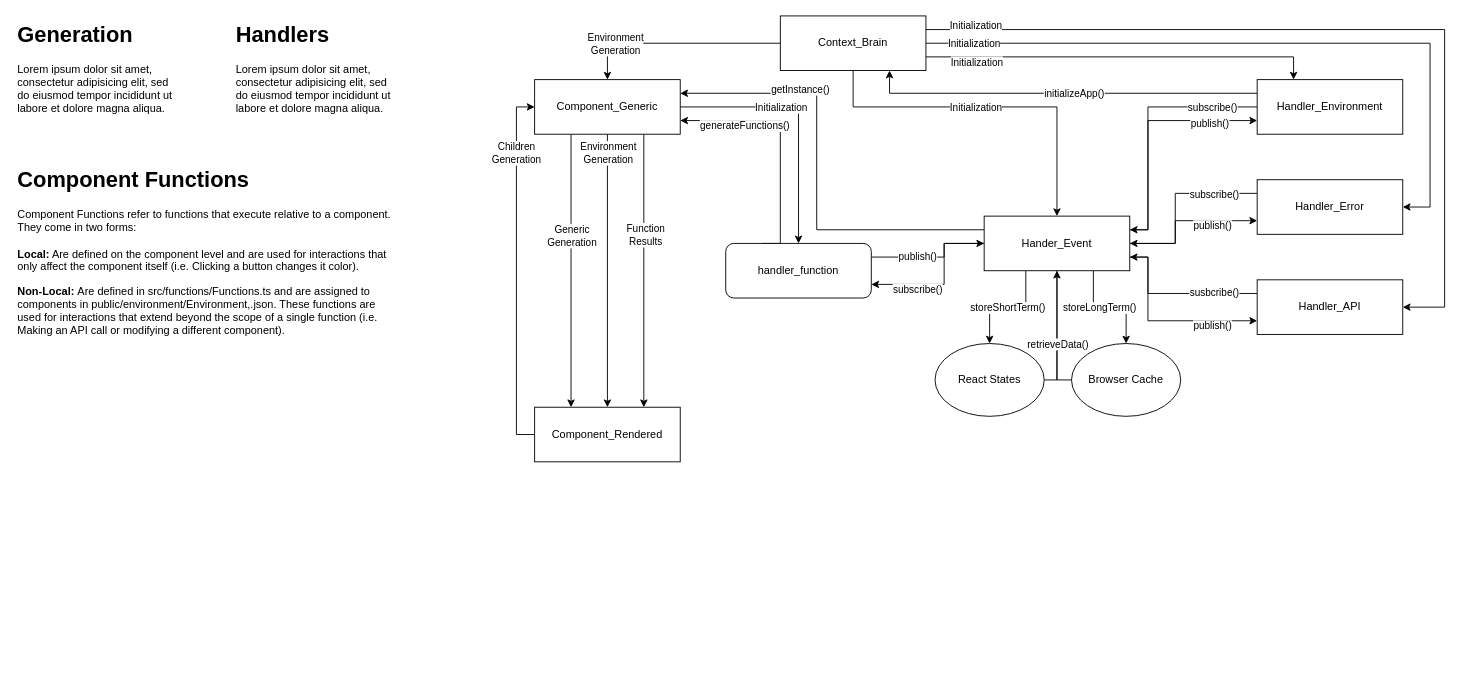
Before: public/documentation/site_engine.drawio in pbuieifu/License-Server-UI, a draw.io diagram. Source tidied: cells renumbered, new cells numbered last; positions are measured from the earlier drawing's top-left corner, leaving out a move shared by most shapes. Both pictures are drawn from the tidied source at 91%, with x=0, y=0 at pixel (15, 15).
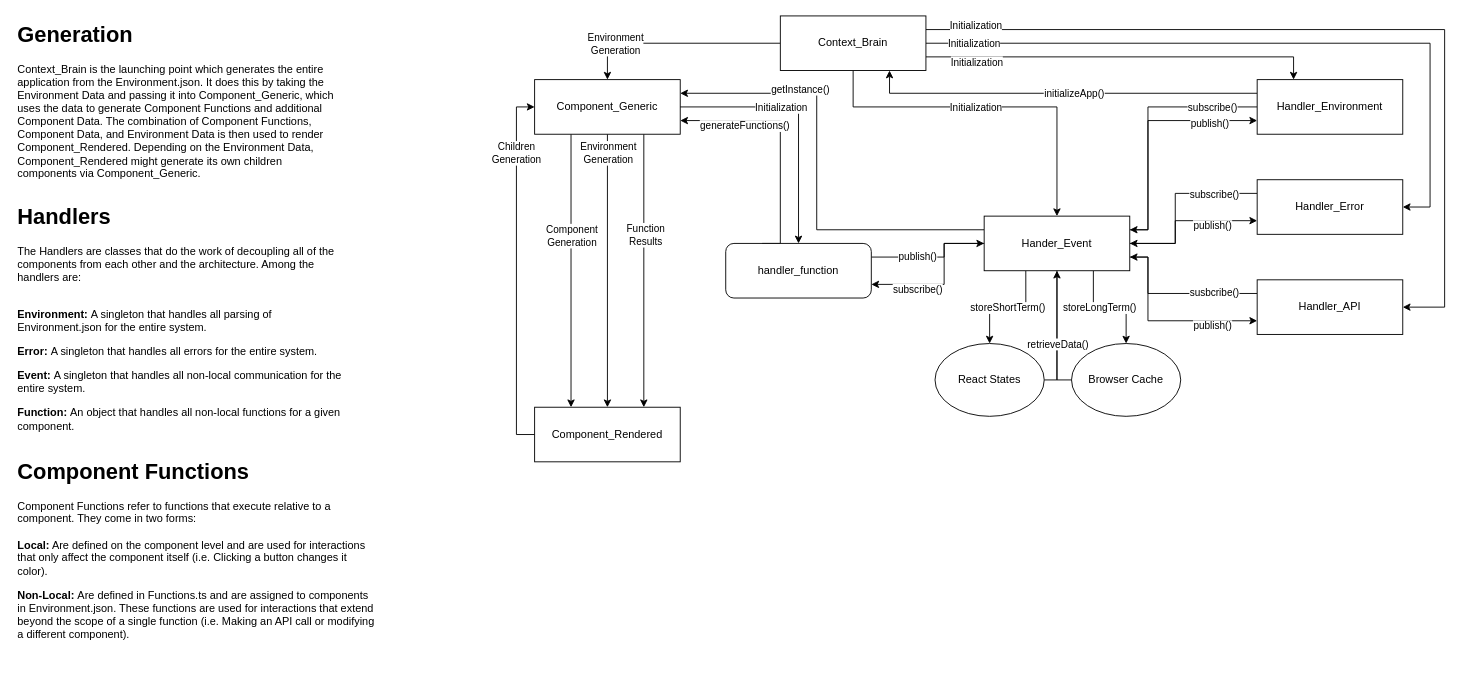
After the change.

The change refers to these unchanged cells:
```xml
<mxCell id="22" style="edgeStyle=orthogonalEdgeStyle;rounded=0;jettySize=auto;html=1;exitX=0.25;exitY=1;exitDx=0;exitDy=0;entryX=0.25;entryY=0;entryDx=0;entryDy=0;" parent="1" edge="1" source="30" target="33">
  <mxGeometry relative="1" as="geometry" />
</mxCell>
```

Diff of the diagram source:
```diff
@@
-    <mxCell id="23" value="Generic&lt;div&gt;Generation&lt;/div&gt;" style="edgeLabel;html=1;align=center;verticalAlign=middle;" parent="22" vertex="1">
+    <mxCell id="23" value="Component&lt;div&gt;Generation&lt;/div&gt;" style="edgeLabel;html=1;align=center;verticalAlign=middle;" parent="22" vertex="1">
       <mxGeometry x="-0.55" y="2" relative="1" as="geometry">
         <mxPoint x="-2" y="43" as="offset" />
       </mxGeometry>
     </mxCell>
@@
-    <mxCell id="61" value="&lt;h1 style=&quot;margin-top: 0px;&quot;&gt;Generation&lt;/h1&gt;&lt;p&gt;Lorem ipsum dolor sit amet, consectetur adipisicing elit, sed do eiusmod tempor incididunt ut labore et dolore magna aliqua.&lt;/p&gt;" style="text;html=1;whiteSpace=wrap;overflow=hidden;rounded=0;" parent="1" vertex="1">
-      <mxGeometry width="180" height="120" as="geometry" />
+    <mxCell id="61" value="&lt;h1 style=&quot;margin-top: 0px;&quot;&gt;Generation&lt;/h1&gt;&lt;p&gt;Context_Brain is the launching point which generates the entire application from the Environment.json. It does this by taking the Environment Data and passing it into Component_Generic, which uses the data to generate Component Functions and additional Component Data. The combination of Component Functions, Component Data, and Environment Data is then used to render Component_Rendered. Depending on the Environment Data, Component_Rendered might generate its own children components via Component_Generic.&lt;/p&gt;" style="text;html=1;whiteSpace=wrap;overflow=hidden;rounded=0;" parent="1" vertex="1">
+      <mxGeometry width="360" height="200" as="geometry" />
     </mxCell>
-    <mxCell id="62" value="&lt;h1 style=&quot;margin-top: 0px;&quot;&gt;Component Functions&lt;/h1&gt;&lt;p&gt;Component Functions refer to functions that execute relative to a component. They come in two forms:&lt;br&gt;&lt;br&gt;&lt;b&gt;Local:&lt;/b&gt; Are defined on the component level and are used for interactions that only affect the component itself (i.e. Clicking a button changes it color).&lt;/p&gt;&lt;p&gt;&lt;b&gt;Non-Local: &lt;/b&gt;Are defined in src/functions/Functions.ts and are assigned to components in public/environment/Environment,.json. These functions are used for interactions that extend beyond the scope of a single function (i.e. Making an API call or modifying a different component).&lt;/p&gt;" style="text;html=1;whiteSpace=wrap;overflow=hidden;rounded=0;" parent="1" vertex="1">
-      <mxGeometry y="160" width="420" height="270" as="geometry" />
+    <mxCell id="62" value="&lt;h1 style=&quot;margin-top: 0px;&quot;&gt;Component Functions&lt;/h1&gt;&lt;p&gt;Component Functions refer to functions that execute relative to a component. They come in two forms:&lt;br&gt;&lt;br&gt;&lt;b&gt;Local:&lt;/b&gt; Are defined on the component level and are used for interactions that only affect the component itself (i.e. Clicking a button changes it color).&lt;/p&gt;&lt;p&gt;&lt;b&gt;Non-Local: &lt;/b&gt;Are defined in Functions.ts and are assigned to components in Environment.json. These functions are used for interactions that extend beyond the scope of a single function (i.e. Making an API call or modifying a different component).&lt;/p&gt;" style="text;html=1;whiteSpace=wrap;overflow=hidden;rounded=0;" parent="1" vertex="1">
+      <mxGeometry y="480" width="400" height="240" as="geometry" />
     </mxCell>
-    <mxCell id="63" value="&lt;h1 style=&quot;margin-top: 0px;&quot;&gt;Handlers&lt;/h1&gt;&lt;p&gt;Lorem ipsum dolor sit amet, consectetur adipisicing elit, sed do eiusmod tempor incididunt ut labore et dolore magna aliqua.&lt;/p&gt;" style="text;html=1;whiteSpace=wrap;overflow=hidden;rounded=0;" parent="1" vertex="1">
-      <mxGeometry x="240" width="180" height="120" as="geometry" />
+    <mxCell id="63" value="&lt;h1 style=&quot;margin-top: 0px;&quot;&gt;Handlers&lt;/h1&gt;&lt;p&gt;The Handlers are classes that do the work of decoupling all of the components from each other and the architecture. Among the handlers are:&lt;br&gt;&lt;b&gt;&lt;br&gt;&lt;/b&gt;&lt;/p&gt;&lt;p&gt;&lt;b&gt;Environment: &lt;/b&gt;A singleton that handles all parsing of &lt;span style=&quot;background-color: initial;&quot;&gt;Environment.json for the entire system.&lt;/span&gt;&lt;/p&gt;&lt;p&gt;&lt;b&gt;Error: &lt;/b&gt;A singleton that handles all errors for the entire system.&lt;/p&gt;&lt;p&gt;&lt;b&gt;Event: &lt;/b&gt;A singleton that handles all non-local communication for the entire system.&lt;/p&gt;&lt;p&gt;&lt;b&gt;Function: &lt;/b&gt;An object that handles all non-local functions for a given component.&lt;/p&gt;" style="text;html=1;whiteSpace=wrap;overflow=hidden;rounded=0;" parent="1" vertex="1">
+      <mxGeometry y="200" width="360" height="280" as="geometry" />
     </mxCell>
```
